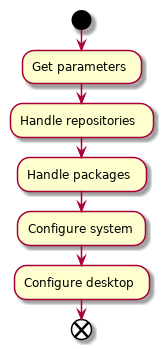
This is docs/uml/main.png from cslucr/ubuntu-ucr, a PlantUML export, as it was before one commit.
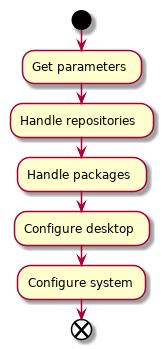
Above is the later version.

What changed in the source:
```diff
@@ -3,7 +3,7 @@
 :Get parameters;
 :Handle repositories;
 :Handle packages;
+:Configure desktop;
 :Configure system;
-:Configure desktop;
 end
 @enduml
```
